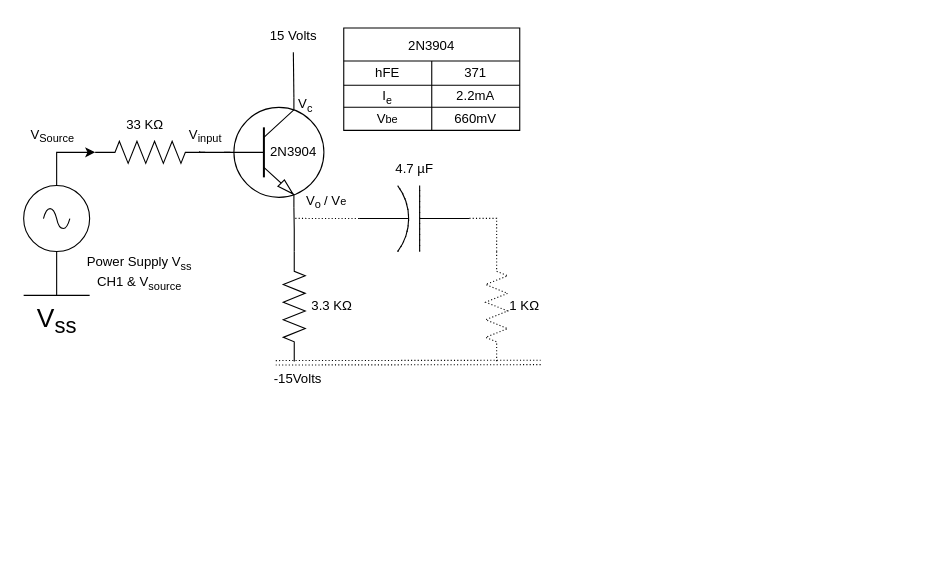
Before: Lab04-EmitterFollower/EmitterFollower.drawio in k3jdr/MyLabsData, a draw.io diagram. Source tidied: cells renumbered, new cells numbered last; positions are measured from the earlier drawing's top-left corner, leaving out a move shared by most shapes. Both pictures are drawn from the tidied source at 110%, with x=0, y=0 at pixel (19, 19).
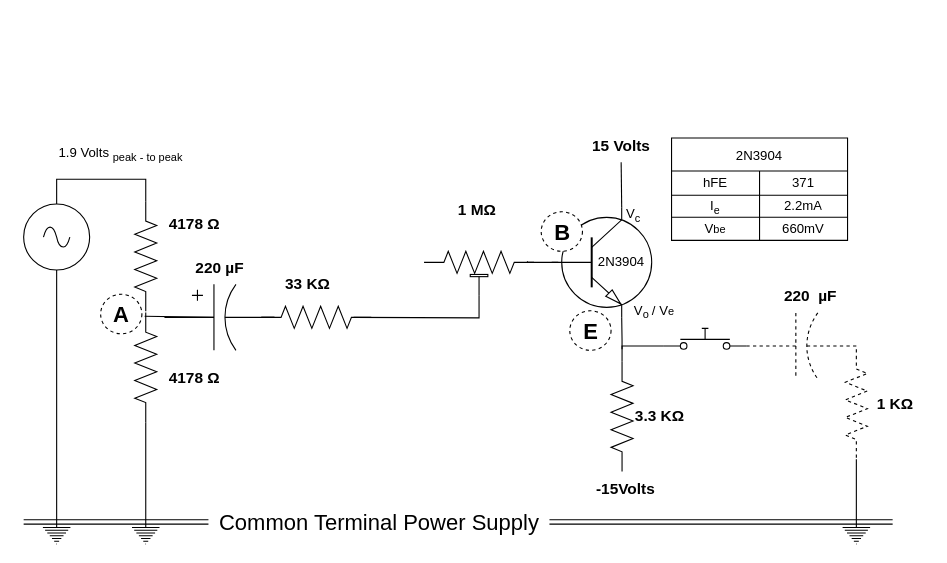
After the change.

What changed in the source:
```diff
@@
     <mxCell id="2" style="verticalLabelPosition=bottom;shadow=0;dashed=0;align=center;html=1;verticalAlign=top;shape=mxgraph.electrical.transistors.npn_transistor_1;" parent="1" vertex="1">
-      <mxGeometry x="184" y="71" width="95" height="100" as="geometry" />
+      <mxGeometry x="482" y="171" width="95" height="100" as="geometry" />
     </mxCell>
+    <mxCell id="39" style="edgeStyle=orthogonalEdgeStyle;rounded=0;jettySize=auto;html=1;exitX=1;exitY=0.5;exitDx=0;exitDy=0;exitPerimeter=0;entryX=0.5;entryY=1;entryDx=0;entryDy=0;entryPerimeter=0;endArrow=none;endFill=0;" parent="1" edge="1" target="52">
+      <mxGeometry relative="1" as="geometry">
+        <mxPoint x="304" y="271" as="sourcePoint" />
+      </mxGeometry>
+    </mxCell>
+    <mxCell id="40" style="edgeStyle=orthogonalEdgeStyle;rounded=0;jettySize=auto;html=1;exitX=0;exitY=0.5;exitDx=0;exitDy=0;exitPerimeter=0;entryX=1;entryY=0.5;entryDx=0;entryDy=0;entryPerimeter=0;endArrow=none;endFill=0;" parent="1" edge="1" source="3" target="54">
+      <mxGeometry relative="1" as="geometry" />
+    </mxCell>
     <mxCell id="3" style="verticalLabelPosition=bottom;shadow=0;dashed=0;align=center;html=1;verticalAlign=top;shape=mxgraph.electrical.resistors.resistor_2;" parent="1" vertex="1">
-      <mxGeometry x="69" y="111" width="100" height="20" as="geometry" />
+      <mxGeometry x="220" y="261" width="100" height="20" as="geometry" />
     </mxCell>
@@
     <mxCell id="5" style="verticalLabelPosition=bottom;shadow=0;dashed=0;align=center;html=1;verticalAlign=top;shape=mxgraph.electrical.resistors.resistor_2;direction=south;" parent="1" vertex="1">
-      <mxGeometry x="240" y="211.2" width="20" height="100" as="geometry" />
+      <mxGeometry x="538" y="311.2" width="20" height="100" as="geometry" />
     </mxCell>
-    <mxCell id="6" value="3.3 KΩ" style="text;html=1;align=center;verticalAlign=middle;strokeColor=none;fillColor=none;" parent="1" vertex="1">
-      <mxGeometry x="254" y="246.2" width="60" height="30" as="geometry" />
+    <mxCell id="6" value="&lt;b&gt;&lt;font style=&quot;font-size: 14px;&quot;&gt;3.3 KΩ&lt;/font&gt;&lt;/b&gt;" style="text;html=1;align=center;verticalAlign=middle;strokeColor=none;fillColor=none;" parent="1" vertex="1">
+      <mxGeometry x="547" y="346.2" width="70" height="30" as="geometry" />
     </mxCell>
-    <mxCell id="7" value="-15Volts" style="text;html=1;align=center;verticalAlign=middle;strokeColor=none;fillColor=none;" parent="1" vertex="1">
-      <mxGeometry x="218" y="312" width="70" height="30" as="geometry" />
+    <mxCell id="7" value="&lt;b&gt;&lt;font style=&quot;font-size: 14px;&quot;&gt;-15Volts&lt;/font&gt;&lt;/b&gt;" style="text;html=1;align=center;verticalAlign=middle;strokeColor=none;fillColor=none;" parent="1" vertex="1">
+      <mxGeometry x="511" y="412" width="80" height="30" as="geometry" />
     </mxCell>
-    <mxCell id="8" value="15 Volts" style="text;html=1;align=center;verticalAlign=middle;points=[];strokeColor=none;fillColor=none;" parent="1" vertex="1">
-      <mxGeometry x="214" width="70" height="30" as="geometry" />
+    <mxCell id="8" value="&lt;b&gt;&lt;font style=&quot;font-size: 14px;&quot;&gt;15 Volts&lt;/font&gt;&lt;/b&gt;" style="text;html=1;align=center;verticalAlign=middle;points=[];strokeColor=none;fillColor=none;" parent="1" vertex="1">
+      <mxGeometry x="507" y="100" width="80" height="30" as="geometry" />
     </mxCell>
-    <mxCell id="9" value="33 KΩ" style="text;html=1;align=center;verticalAlign=middle;strokeColor=none;fillColor=none;" parent="1" vertex="1">
-      <mxGeometry x="84" y="81" width="60" height="30" as="geometry" />
+    <mxCell id="9" value="&lt;b&gt;&lt;font style=&quot;font-size: 14px;&quot;&gt;33 KΩ&lt;/font&gt;&lt;/b&gt;" style="text;html=1;align=center;verticalAlign=middle;strokeColor=none;fillColor=none;" parent="1" vertex="1">
+      <mxGeometry x="232" y="225.5" width="60" height="30" as="geometry" />
     </mxCell>
     <mxCell id="10" style="edgeStyle=orthogonalEdgeStyle;rounded=0;orthogonalLoop=1;jettySize=auto;html=1;endArrow=none;endFill=0;" parent="1" edge="1">
       <mxGeometry relative="1" as="geometry">
-        <mxPoint x="192" y="121" as="sourcePoint" />
-        <mxPoint x="164" y="120" as="targetPoint" />
+        <mxPoint x="490" y="221" as="sourcePoint" />
+        <mxPoint x="462" y="220" as="targetPoint" />
       </mxGeometry>
     </mxCell>
     <mxCell id="11" value="2N3904" style="text;html=1;align=center;verticalAlign=middle;strokeColor=none;fillColor=none;" parent="1" vertex="1">
-      <mxGeometry x="214" y="106" width="70" height="30" as="geometry" />
+      <mxGeometry x="512" y="206" width="70" height="30" as="geometry" />
     </mxCell>
-    <mxCell id="12" style="edgeStyle=orthogonalEdgeStyle;rounded=0;jettySize=auto;html=1;endArrow=none;endFill=0;dashed=1;dashPattern=1 2;" parent="1" edge="1" source="13">
-      <mxGeometry relative="1" as="geometry">
-        <mxPoint x="250" y="181" as="targetPoint" />
-      </mxGeometry>
-    </mxCell>
-    <mxCell id="13" style="verticalLabelPosition=bottom;shadow=0;dashed=0;align=center;html=1;verticalAlign=top;shape=mxgraph.electrical.capacitors.capacitor_2;direction=west;" parent="1" vertex="1">
-      <mxGeometry x="309" y="151.2" width="100" height="60" as="geometry" />
-    </mxCell>
-    <mxCell id="14" value="4.7 µF" style="text;html=1;align=center;verticalAlign=middle;strokeColor=none;fillColor=none;dashed=1;dashPattern=1 2;" parent="1" vertex="1">
-      <mxGeometry x="329" y="121.2" width="60" height="30" as="geometry" />
+    <mxCell id="14" value="&lt;b&gt;&lt;font style=&quot;font-size: 14px;&quot;&gt;220&amp;nbsp; µF&lt;/font&gt;&lt;/b&gt;" style="text;html=1;align=center;verticalAlign=middle;strokeColor=none;fillColor=none;dashed=1;dashPattern=1 2;" parent="1" vertex="1">
+      <mxGeometry x="684" y="237" width="70" height="30" as="geometry" />
     </mxCell>
-    <mxCell id="15" style="verticalLabelPosition=bottom;shadow=0;dashed=1;align=center;html=1;verticalAlign=top;shape=mxgraph.electrical.resistors.resistor_2;direction=south;dashPattern=1 2;" parent="1" vertex="1">
-      <mxGeometry x="424" y="211.2" width="20" height="100" as="geometry" />
+    <mxCell id="15" style="verticalLabelPosition=bottom;shadow=0;dashed=1;align=center;html=1;verticalAlign=top;shape=mxgraph.electrical.resistors.resistor_2;direction=south;" parent="1" vertex="1">
+      <mxGeometry x="751" y="300" width="20" height="100" as="geometry" />
     </mxCell>
@@
-    <mxCell id="17" style="verticalLabelPosition=bottom;shadow=0;dashed=1;align=center;html=1;verticalAlign=top;shape=mxgraph.electrical.capacitors.capacitor_2;direction=west;strokeWidth=1;dashPattern=1 4;" parent="1" vertex="1">
-      <mxGeometry x="309" y="151.2" width="100" height="60" as="geometry" />
+    <mxCell id="17" style="verticalLabelPosition=bottom;shadow=0;dashed=1;align=center;html=1;verticalAlign=top;shape=mxgraph.electrical.capacitors.capacitor_2;direction=west;strokeWidth=1;rotation=-180;" parent="1" vertex="1">
+      <mxGeometry x="661" y="267" width="100" height="60" as="geometry" />
     </mxCell>
-    <mxCell id="18" value="1 KΩ" style="text;html=1;align=center;verticalAlign=middle;strokeColor=none;fillColor=none;dashed=1;dashPattern=1 2;" parent="1" vertex="1">
-      <mxGeometry x="434" y="246.2" width="50" height="30" as="geometry" />
+    <mxCell id="18" value="&lt;b&gt;&lt;font style=&quot;font-size: 14px;&quot;&gt;1 KΩ&lt;/font&gt;&lt;/b&gt;" style="text;html=1;align=center;verticalAlign=middle;strokeColor=none;fillColor=none;dashed=1;dashPattern=1 2;" parent="1" vertex="1">
+      <mxGeometry x="766" y="335" width="60" height="30" as="geometry" />
     </mxCell>
-    <mxCell id="19" style="edgeStyle=orthogonalEdgeStyle;rounded=0;jettySize=auto;html=1;endArrow=none;endFill=0;dashed=1;dashPattern=1 2;exitX=0;exitY=0.5;exitDx=0;exitDy=0;exitPerimeter=0;" parent="1" edge="1" source="15" target="17">
-      <mxGeometry relative="1" as="geometry">
-        <Array as="points">
-          <mxPoint x="434" y="181" />
-        </Array>
-      </mxGeometry>
-    </mxCell>
-    <mxCell id="20" style="edgeStyle=orthogonalEdgeStyle;rounded=0;jettySize=auto;html=1;entryX=0;entryY=0.5;entryDx=0;entryDy=0;entryPerimeter=0;exitX=0.5;exitY=0;exitDx=0;exitDy=0;exitPerimeter=0;" parent="1" edge="1" source="21" target="3">
-      <mxGeometry relative="1" as="geometry" />
-    </mxCell>
+    <mxCell id="41" style="edgeStyle=none;rounded=0;jettySize=auto;html=1;entryX=0.5;entryY=0;entryDx=0;entryDy=0;entryPerimeter=0;endArrow=none;endFill=0;" parent="1" edge="1" source="21" target="42">
+      <mxGeometry relative="1" as="geometry" />
+    </mxCell>
     <mxCell id="21" style="verticalLabelPosition=bottom;shadow=0;dashed=0;align=center;html=1;verticalAlign=top;shape=mxgraph.electrical.signal_sources.source;points=[[0.5,0,0],[1,0.5,0],[0.5,1,0],[0,0.5,0]];elSignalType=ac;strokeWidth=1;" parent="1" vertex="1">
-      <mxGeometry x="4" y="151.2" width="60" height="60" as="geometry" />
+      <mxGeometry x="4" y="168" width="60" height="60" as="geometry" />
     </mxCell>
-    <mxCell id="22" style="shape=link;html=1;rounded=0;dashed=1;dashPattern=1 2;endArrow=none;endFill=0;exitX=0.36;exitY=0.01;exitDx=0;exitDy=0;exitPerimeter=0;" parent="1" edge="1">
-      <mxGeometry relative="1" as="geometry">
-        <mxPoint x="233.2" y="312.3" as="sourcePoint" />
-        <mxPoint x="474" y="312" as="targetPoint" />
-      </mxGeometry>
-    </mxCell>
     <mxCell id="23" value="2N3904" style="shape=table;startSize=30;childLayout=tableLayout;strokeWidth=1;" parent="1" vertex="1">
-      <mxGeometry x="295" y="8" width="160" height="93" as="geometry" />
+      <mxGeometry x="593" y="108" width="160" height="93" as="geometry" />
     </mxCell>
@@
     <mxCell id="33" value="V&lt;sub&gt;o &lt;/sub&gt;/ V&lt;span style=&quot;font-size: 10px;&quot;&gt;e&lt;/span&gt;" style="text;html=1;align=center;verticalAlign=middle;strokeColor=none;fillColor=none;" parent="1" vertex="1">
-      <mxGeometry x="249" y="151" width="60" height="30" as="geometry" />
+      <mxGeometry x="547" y="251" width="60" height="30" as="geometry" />
     </mxCell>
     <mxCell id="34" value="V&lt;sub&gt;c&lt;/sub&gt;" style="text;html=1;align=center;verticalAlign=middle;strokeColor=none;fillColor=none;" parent="1" vertex="1">
-      <mxGeometry x="240" y="63" width="40" height="30" as="geometry" />
+      <mxGeometry x="538" y="163" width="40" height="30" as="geometry" />
     </mxCell>
-    <mxCell id="35" value="V&lt;sub&gt;input&lt;/sub&gt;" style="text;html=1;align=center;verticalAlign=middle;strokeColor=none;fillColor=none;" parent="1" vertex="1">
-      <mxGeometry x="144" y="91.2" width="50" height="30" as="geometry" />
-    </mxCell>
-    <mxCell id="36" value="V&lt;sub&gt;Source&lt;/sub&gt;" style="text;html=1;align=center;verticalAlign=middle;strokeColor=none;fillColor=none;" parent="1" vertex="1">
-      <mxGeometry y="91.2" width="60" height="30" as="geometry" />
-    </mxCell>
-    <mxCell id="37" value="Power Supply V&lt;sub&gt;ss&lt;/sub&gt;&lt;br&gt;CH1 &amp;amp; V&lt;sub&gt;source&lt;/sub&gt;" style="text;html=1;align=center;verticalAlign=middle;strokeColor=none;fillColor=none;" parent="1" vertex="1">
-      <mxGeometry x="49" y="206" width="120" height="50" as="geometry" />
-    </mxCell>
-    <mxCell id="38" value="V&lt;sub&gt;ss&lt;/sub&gt;" style="verticalLabelPosition=bottom;shadow=0;dashed=0;align=center;html=1;verticalAlign=top;shape=mxgraph.electrical.signal_sources.vss2;fontSize=24;flipV=1;" parent="1" vertex="1">
-      <mxGeometry x="4" y="211" width="60" height="40" as="geometry" />
-    </mxCell>
+    <mxCell id="42" style="verticalLabelPosition=bottom;shadow=0;dashed=0;align=center;html=1;verticalAlign=top;shape=mxgraph.electrical.signal_sources.protective_earth;" parent="1" vertex="1">
+      <mxGeometry x="21.5" y="457" width="25" height="20" as="geometry" />
+    </mxCell>
+    <mxCell id="43" style="edgeStyle=orthogonalEdgeStyle;rounded=0;jettySize=auto;html=1;exitX=0;exitY=0.5;exitDx=0;exitDy=0;exitPerimeter=0;entryX=0.5;entryY=0;entryDx=0;entryDy=0;entryPerimeter=0;endArrow=none;endFill=0;" parent="1" edge="1" source="44" target="21">
+      <mxGeometry relative="1" as="geometry" />
+    </mxCell>
+    <mxCell id="44" style="verticalLabelPosition=bottom;shadow=0;dashed=0;align=center;html=1;verticalAlign=top;shape=mxgraph.electrical.resistors.resistor_2;rotation=90;" parent="1" vertex="1">
+      <mxGeometry x="65" y="205.5" width="100" height="20" as="geometry" />
+    </mxCell>
+    <mxCell id="45" style="edgeStyle=none;rounded=0;jettySize=auto;html=1;entryX=0.5;entryY=0;entryDx=0;entryDy=0;entryPerimeter=0;endArrow=none;endFill=0;" parent="1" edge="1" source="46" target="47">
+      <mxGeometry relative="1" as="geometry" />
+    </mxCell>
+    <mxCell id="46" style="verticalLabelPosition=bottom;shadow=0;dashed=0;align=center;html=1;verticalAlign=top;shape=mxgraph.electrical.resistors.resistor_2;rotation=90;" parent="1" vertex="1">
+      <mxGeometry x="65" y="306.5" width="100" height="20" as="geometry" />
+    </mxCell>
+    <mxCell id="47" style="verticalLabelPosition=bottom;shadow=0;dashed=0;align=center;html=1;verticalAlign=top;shape=mxgraph.electrical.signal_sources.protective_earth;" parent="1" vertex="1">
+      <mxGeometry x="102.5" y="457" width="25" height="20" as="geometry" />
+    </mxCell>
+    <mxCell id="48" style="edgeStyle=orthogonalEdgeStyle;rounded=0;jettySize=auto;html=1;endArrow=none;endFill=0;exitX=0;exitY=0.8;exitDx=0;exitDy=0;" parent="1" edge="1" source="49">
+      <mxGeometry relative="1" as="geometry">
+        <mxPoint x="548" y="300" as="targetPoint" />
+      </mxGeometry>
+    </mxCell>
+    <mxCell id="49" style="shape=mxgraph.electrical.electro-mechanical.pushbutton;elSwitchState=off;" parent="1" vertex="1">
+      <mxGeometry x="586" y="281" width="75" height="20" as="geometry" />
+    </mxCell>
+    <mxCell id="50" style="edgeStyle=orthogonalEdgeStyle;rounded=0;jettySize=auto;html=1;entryX=1;entryY=0.5;entryDx=0;entryDy=0;entryPerimeter=0;endArrow=none;endFill=0;" parent="1" edge="1" source="51" target="15">
+      <mxGeometry relative="1" as="geometry" />
+    </mxCell>
+    <mxCell id="51" style="verticalLabelPosition=bottom;shadow=0;dashed=0;align=center;html=1;verticalAlign=top;shape=mxgraph.electrical.signal_sources.protective_earth;" parent="1" vertex="1">
+      <mxGeometry x="748.5" y="457" width="25" height="20" as="geometry" />
+    </mxCell>
+    <mxCell id="52" style="verticalLabelPosition=bottom;shadow=0;dashed=0;align=center;html=1;verticalAlign=top;shape=mxgraph.electrical.resistors.trimmer_pot_2;strokeWidth=1;" parent="1" vertex="1">
+      <mxGeometry x="368" y="211" width="100" height="40" as="geometry" />
+    </mxCell>
+    <mxCell id="53" style="edgeStyle=none;rounded=0;orthogonalLoop=1;jettySize=auto;html=1;endArrow=none;endFill=0;exitX=0;exitY=0.5;exitDx=0;exitDy=0;exitPerimeter=0;" parent="1" edge="1">
+      <mxGeometry relative="1" as="geometry">
+        <mxPoint x="177" y="271" as="sourcePoint" />
+        <mxPoint x="114" y="270" as="targetPoint" />
+      </mxGeometry>
+    </mxCell>
+    <mxCell id="54" style="verticalLabelPosition=bottom;shadow=0;dashed=0;align=center;html=1;verticalAlign=top;shape=mxgraph.electrical.capacitors.capacitor_3;strokeWidth=1;" parent="1" vertex="1">
+      <mxGeometry x="132" y="241" width="100" height="60" as="geometry" />
+    </mxCell>
+    <mxCell id="55" value="&lt;b&gt;&lt;font style=&quot;font-size: 14px;&quot;&gt;220 µF&lt;/font&gt;&lt;/b&gt;" style="text;html=1;align=center;verticalAlign=middle;strokeColor=none;fillColor=none;" parent="1" vertex="1">
+      <mxGeometry x="147" y="211" width="70" height="30" as="geometry" />
+    </mxCell>
+    <mxCell id="56" value="&lt;b&gt;&lt;font style=&quot;font-size: 14px;&quot;&gt;1 MΩ&lt;/font&gt;&lt;/b&gt;" style="text;html=1;align=center;verticalAlign=middle;strokeColor=none;fillColor=none;" parent="1" vertex="1">
+      <mxGeometry x="386" y="158" width="60" height="30" as="geometry" />
+    </mxCell>
+    <mxCell id="57" value="1.9 Volts &lt;sub&gt;peak - to peak&lt;/sub&gt;" style="text;html=1;align=center;verticalAlign=middle;strokeColor=none;fillColor=none;" parent="1" vertex="1">
+      <mxGeometry x="21.5" y="108" width="140" height="30" as="geometry" />
+    </mxCell>
+    <mxCell id="58" value="&lt;font style=&quot;font-size: 20px;&quot;&gt;&lt;b&gt;A&lt;/b&gt;&lt;/font&gt;" style="ellipse;whiteSpace=wrap;html=1;dashed=1;strokeWidth=1;" parent="1" vertex="1">
+      <mxGeometry x="74" y="250" width="37.5" height="36" as="geometry" />
+    </mxCell>
+    <mxCell id="59" value="&lt;font style=&quot;font-size: 20px;&quot;&gt;&lt;b&gt;B&lt;/b&gt;&lt;/font&gt;" style="ellipse;whiteSpace=wrap;html=1;dashed=1;strokeWidth=1;" parent="1" vertex="1">
+      <mxGeometry x="474.5" y="175" width="37.5" height="36" as="geometry" />
+    </mxCell>
+    <mxCell id="60" value="&lt;font style=&quot;font-size: 20px;&quot;&gt;&lt;b&gt;E&lt;/b&gt;&lt;/font&gt;" style="ellipse;whiteSpace=wrap;html=1;dashed=1;strokeWidth=1;" parent="1" vertex="1">
+      <mxGeometry x="500.5" y="265" width="37.5" height="36" as="geometry" />
+    </mxCell>
+    <mxCell id="61" style="edgeStyle=orthogonalEdgeStyle;shape=link;rounded=0;jettySize=auto;html=1;fontSize=20;endArrow=none;endFill=0;" parent="1" edge="1" source="63">
+      <mxGeometry relative="1" as="geometry">
+        <mxPoint x="794" y="457" as="targetPoint" />
+      </mxGeometry>
+    </mxCell>
+    <mxCell id="62" style="edgeStyle=orthogonalEdgeStyle;shape=link;rounded=0;jettySize=auto;html=1;fontSize=20;endArrow=none;endFill=0;" parent="1" edge="1" source="63">
+      <mxGeometry relative="1" as="geometry">
+        <mxPoint x="4" y="457" as="targetPoint" />
+      </mxGeometry>
+    </mxCell>
+    <mxCell id="63" value="Common Terminal Power Supply" style="text;html=1;align=center;verticalAlign=middle;points=[];strokeColor=none;fillColor=none;fontSize=20;" parent="1" vertex="1">
+      <mxGeometry x="172" y="437" width="310" height="40" as="geometry" />
+    </mxCell>
+    <mxCell id="64" value="&lt;b&gt;4178 Ω&lt;/b&gt;" style="text;html=1;align=center;verticalAlign=middle;strokeColor=none;fillColor=none;fontSize=14;" parent="1" vertex="1">
+      <mxGeometry x="124" y="171" width="70" height="30" as="geometry" />
+    </mxCell>
+    <mxCell id="65" value="&lt;b&gt;4178 Ω&lt;/b&gt;" style="text;html=1;align=center;verticalAlign=middle;strokeColor=none;fillColor=none;fontSize=14;" parent="1" vertex="1">
+      <mxGeometry x="124" y="311.2" width="70" height="30" as="geometry" />
+    </mxCell>
```
